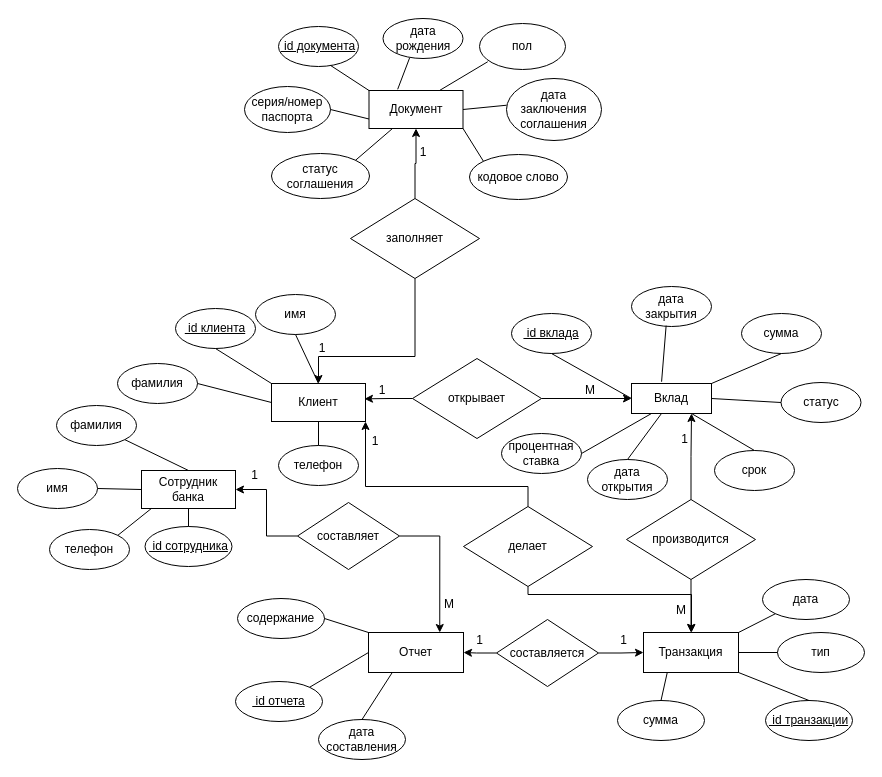
Above: lab1.drawio in OlegWhiteRose/Architectures-for-highload (draw.io), before the change. Source tidied: cells renumbered, new cells numbered last; positions are measured from the earlier drawing's top-left corner, leaving out a move shared by most shapes. Both pictures are drawn from the tidied source at 100%, with x=0, y=0 at pixel (17, 18).
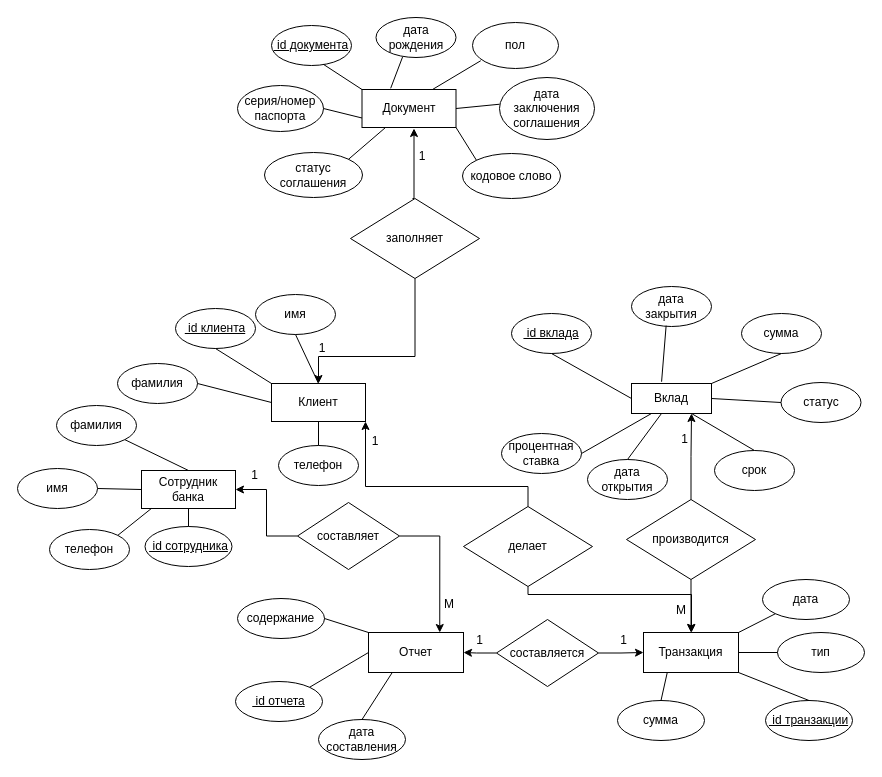
After the change.

Unchanged cells that the change refers to:
```xml
<mxCell id="2" value="Вклад" style="rounded=0;whiteSpace=wrap;html=1;" parent="1" vertex="1">
  <mxGeometry x="614" y="365" width="80" height="30" as="geometry" />
</mxCell>
<mxCell id="13" value="Клиент" style="rounded=0;whiteSpace=wrap;html=1;" parent="1" vertex="1">
  <mxGeometry x="254" y="365" width="94" height="38" as="geometry" />
</mxCell>
<mxCell id="66" value="заполняет" style="rhombus;whiteSpace=wrap;html=1;" parent="1" vertex="1">
  <mxGeometry x="333" y="180" width="129" height="80" as="geometry" />
</mxCell>
```

The edit, as a diff of the source:
```diff
@@
-    <mxCell id="14" style="edgeStyle=orthogonalEdgeStyle;rounded=0;jettySize=auto;html=1;entryX=0;entryY=0.5;entryDx=0;entryDy=0;" parent="1" edge="1" source="15" target="2">
-      <mxGeometry relative="1" as="geometry" />
-    </mxCell>
-    <mxCell id="15" value="открывает" style="rhombus;whiteSpace=wrap;html=1;" parent="1" vertex="1">
-      <mxGeometry x="395" y="340" width="129" height="80" as="geometry" />
-    </mxCell>
-    <mxCell id="16" style="edgeStyle=orthogonalEdgeStyle;rounded=0;jettySize=auto;html=1;entryX=0.989;entryY=0.404;entryDx=0;entryDy=0;entryPerimeter=0;" parent="1" edge="1" source="15" target="13">
-      <mxGeometry relative="1" as="geometry" />
-    </mxCell>
-    <mxCell id="17" value="1" style="text;html=1;align=center;verticalAlign=middle;whiteSpace=wrap;rounded=0;" parent="1" vertex="1">
-      <mxGeometry x="335" y="357" width="60" height="30" as="geometry" />
-    </mxCell>
-    <mxCell id="18" value="М" style="text;html=1;align=center;verticalAlign=middle;whiteSpace=wrap;rounded=0;" parent="1" vertex="1">
-      <mxGeometry x="543" y="357" width="60" height="30" as="geometry" />
-    </mxCell>
@@
     <mxCell id="63" value="Документ" style="rounded=0;whiteSpace=wrap;html=1;" parent="1" vertex="1">
-      <mxGeometry x="351.5" y="72" width="94" height="38" as="geometry" />
+      <mxGeometry x="344.5" y="71" width="94" height="38" as="geometry" />
     </mxCell>
@@
-    <mxCell id="65" style="edgeStyle=orthogonalEdgeStyle;rounded=0;jettySize=auto;html=1;" parent="1" edge="1" source="66" target="63">
-      <mxGeometry relative="1" as="geometry" />
+    <mxCell id="65" style="edgeStyle=orthogonalEdgeStyle;rounded=0;orthogonalLoop=1;jettySize=auto;html=1;" parent="1" edge="1">
+      <mxGeometry relative="1" as="geometry">
+        <mxPoint x="395" y="180" as="sourcePoint" />
+        <mxPoint x="396.5" y="110" as="targetPoint" />
+        <Array as="points">
+          <mxPoint x="396.5" y="180" />
+        </Array>
+      </mxGeometry>
     </mxCell>
@@
     <mxCell id="68" value="1" style="text;html=1;align=center;verticalAlign=middle;whiteSpace=wrap;rounded=0;" parent="1" vertex="1">
-      <mxGeometry x="376" y="119" width="60" height="30" as="geometry" />
+      <mxGeometry x="375" y="123" width="60" height="30" as="geometry" />
     </mxCell>
@@
     <mxCell id="77" value="&lt;u&gt;&amp;nbsp;id документа&lt;/u&gt;" style="ellipse;whiteSpace=wrap;html=1;" parent="1" vertex="1">
-      <mxGeometry x="261" y="8" width="80" height="40" as="geometry" />
+      <mxGeometry x="254" y="7" width="80" height="40" as="geometry" />
     </mxCell>
@@
     <mxCell id="79" value="серия/номер паспорта" style="ellipse;whiteSpace=wrap;html=1;" parent="1" vertex="1">
-      <mxGeometry x="227" y="68" width="86" height="46" as="geometry" />
+      <mxGeometry x="220" y="67" width="86" height="46" as="geometry" />
     </mxCell>
@@
     <mxCell id="81" value="дата рождения" style="ellipse;whiteSpace=wrap;html=1;" parent="1" vertex="1">
-      <mxGeometry x="365.5" width="80" height="40" as="geometry" />
+      <mxGeometry x="358.5" y="-1" width="80" height="40" as="geometry" />
     </mxCell>
@@
     <mxCell id="83" value="пол" style="ellipse;whiteSpace=wrap;html=1;" parent="1" vertex="1">
-      <mxGeometry x="462" y="5" width="86" height="46" as="geometry" />
+      <mxGeometry x="455" y="4" width="86" height="46" as="geometry" />
     </mxCell>
@@
     <mxCell id="85" value="дата заключения соглашения" style="ellipse;whiteSpace=wrap;html=1;" parent="1" vertex="1">
-      <mxGeometry x="489" y="60" width="95" height="62" as="geometry" />
+      <mxGeometry x="482" y="59" width="95" height="62" as="geometry" />
     </mxCell>
@@
     <mxCell id="87" value="кодовое слово" style="ellipse;whiteSpace=wrap;html=1;" parent="1" vertex="1">
-      <mxGeometry x="452" y="136" width="98" height="45" as="geometry" />
+      <mxGeometry x="445" y="135" width="98" height="45" as="geometry" />
     </mxCell>
@@
     <mxCell id="89" value="статус соглашения" style="ellipse;whiteSpace=wrap;html=1;" parent="1" vertex="1">
-      <mxGeometry x="254" y="135" width="98" height="45" as="geometry" />
+      <mxGeometry x="247" y="134" width="98" height="45" as="geometry" />
     </mxCell>
```
